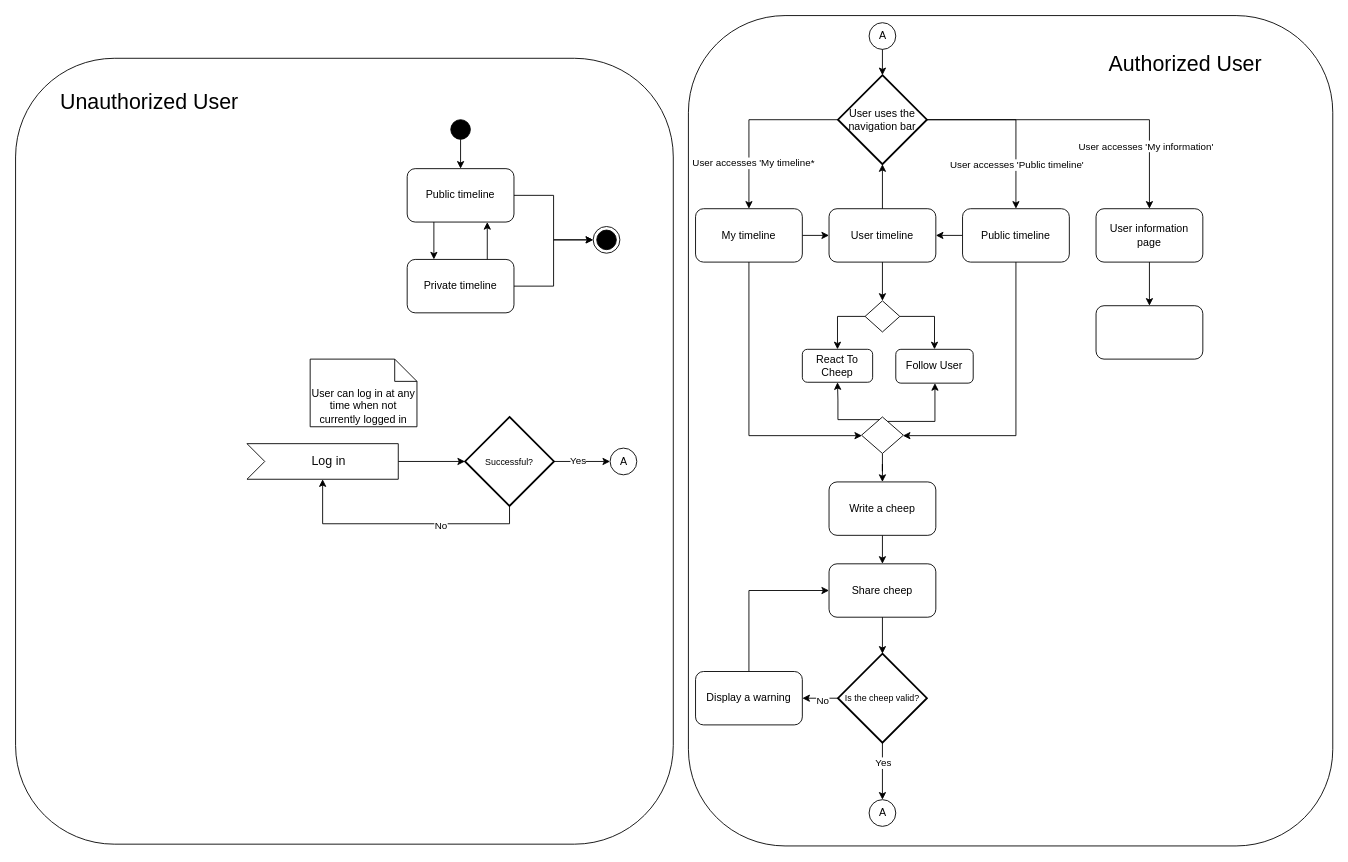
Earlier version of the draw.io diagram docs/diagrams/UserActivity.drawio (ITU-BDSA23-GROUP21/Chirp). Source tidied: cells renumbered, new cells numbered last; positions are measured from the earlier drawing's top-left corner, leaving out a move shared by most shapes. Both pictures are drawn from the tidied source at 89%, with x=0, y=0 at pixel (15, 15).
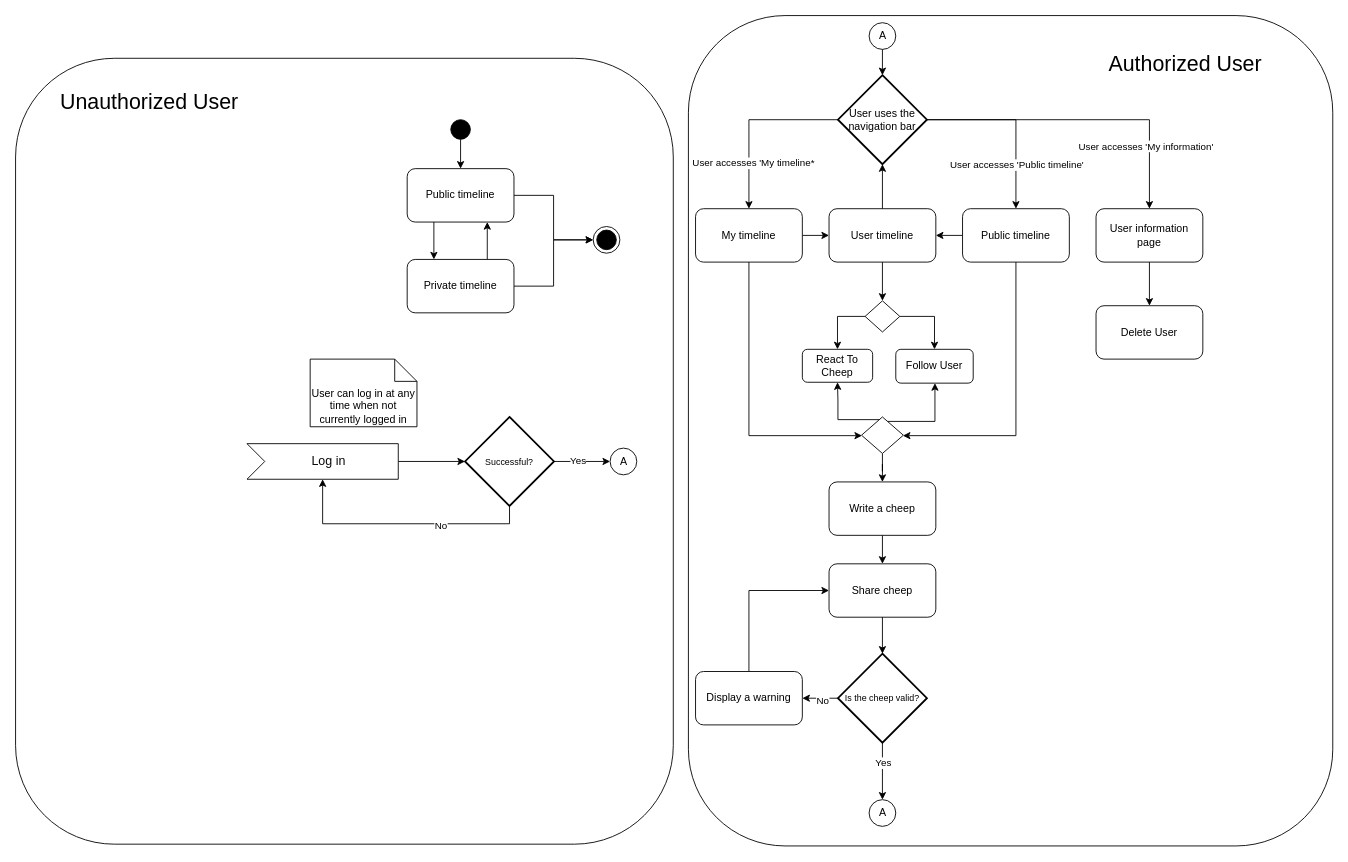
Above is the later version.

Change to the diagram source:
```diff
@@
-    <mxCell id="65" style="rounded=1;whiteSpace=wrap;html=1;" parent="1" vertex="1">
+    <mxCell id="65" value="Delete User" style="rounded=1;whiteSpace=wrap;html=1;" parent="1" vertex="1">
       <mxGeometry x="1214" y="326" width="120" height="60" as="geometry" />
     </mxCell>
```
